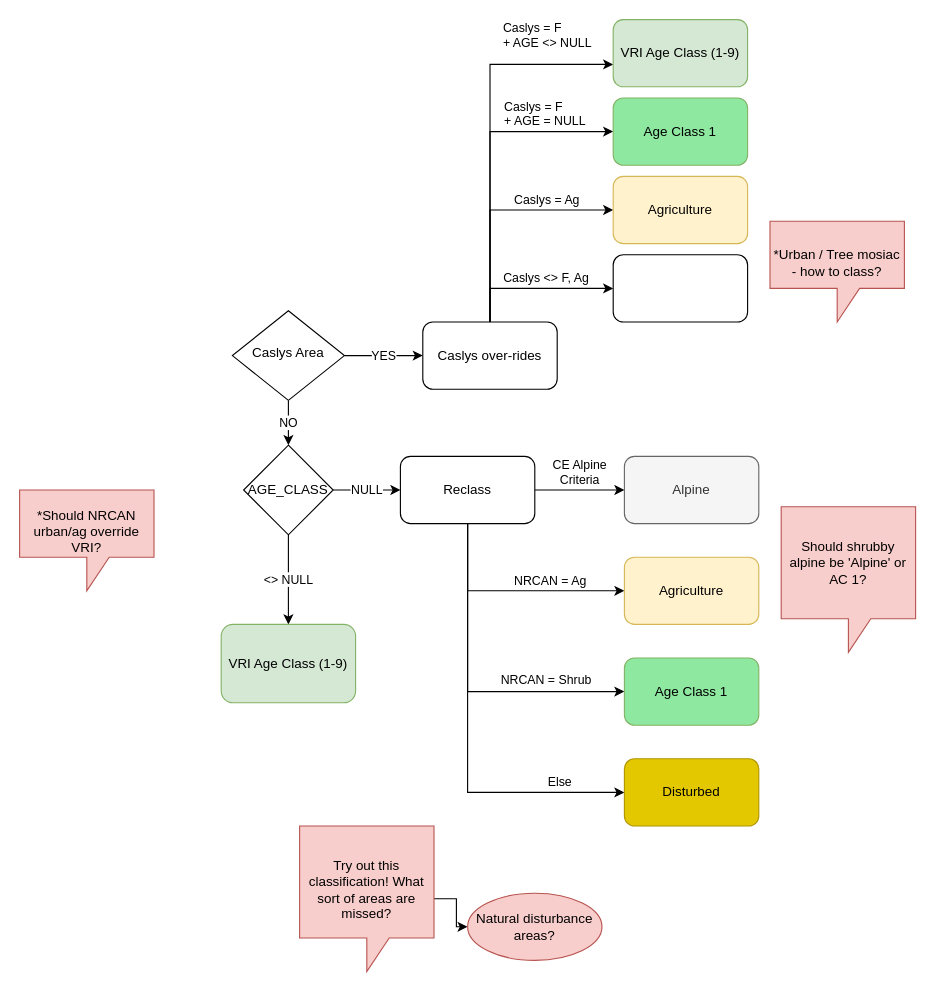
Before: Untitled Diagram.drawio in rustyjux/rustyjux, a draw.io diagram. Source tidied: cells renumbered, new cells numbered last; positions are measured from the earlier drawing's top-left corner, leaving out a move shared by most shapes. Both pictures are drawn from the tidied source at 112%, with x=0, y=0 at pixel (19, 19).
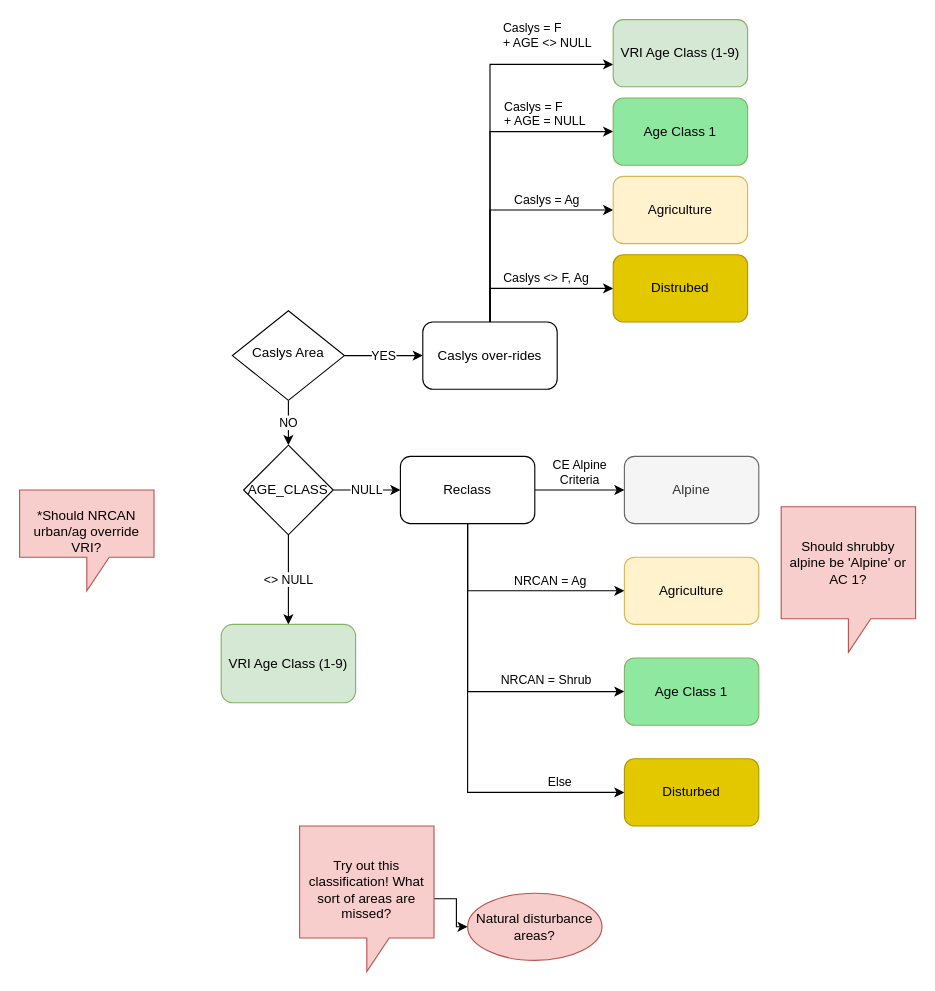
Above is the later version.

The edit, as a diff of the source:
```diff
@@
-    <mxCell id="31" style="whiteSpace=wrap;html=1;rounded=1;" parent="1" vertex="1">
+    <mxCell id="31" value="Distrubed" style="whiteSpace=wrap;html=1;rounded=1;fillColor=#e3c800;strokeColor=#B09500;fontColor=#000000;" parent="1" vertex="1">
       <mxGeometry x="530" y="210" width="120" height="60" as="geometry" />
     </mxCell>
-    <mxCell id="32" value="&lt;br&gt;&lt;span style=&quot;color: rgb(0, 0, 0); font-family: Helvetica; font-size: 12px; font-style: normal; font-variant-ligatures: normal; font-variant-caps: normal; font-weight: 400; letter-spacing: normal; orphans: 2; text-align: center; text-indent: 0px; text-transform: none; widows: 2; word-spacing: 0px; -webkit-text-stroke-width: 0px; text-decoration-thickness: initial; text-decoration-style: initial; text-decoration-color: initial; float: none; display: inline !important;&quot;&gt;*Urban / Tree mosiac - how to class?&lt;/span&gt;" style="shape=callout;whiteSpace=wrap;html=1;perimeter=calloutPerimeter;labelBackgroundColor=none;fillColor=#f8cecc;strokeColor=#b85450;" parent="1" vertex="1">
-      <mxGeometry x="670" y="180" width="120" height="90" as="geometry" />
-    </mxCell>
```
